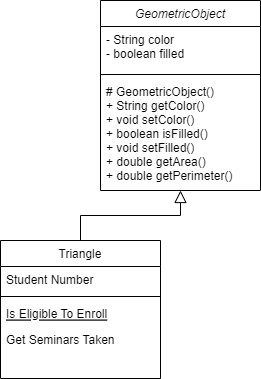
The draw.io diagram Module3/ProgrammingAssignment/ChapterElevenAssignment/GeometricObjectUML.png in njlowhorn/Java_Class, before a commit. Source tidied: cells renumbered, new cells last; positions are measured from the earlier drawing's top-left corner, leaving out a move shared by most shapes.
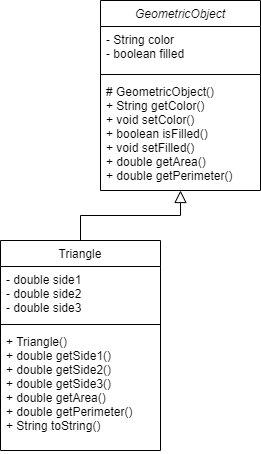
Above is the later version.

What changed in the source:
```diff
@@ -15,20 +15,17 @@
       <mxGeometry y="78" width="160" height="112" as="geometry" />
     </mxCell>
     <mxCell id="6" value="Triangle" style="swimlane;fontStyle=0;align=center;verticalAlign=top;horizontal=1;startSize=26;rounded=0;shadow=0;strokeWidth=1;" parent="1" vertex="1">
-      <mxGeometry y="240" width="160" height="138" as="geometry" />
+      <mxGeometry y="240" width="160" height="210" as="geometry" />
     </mxCell>
-    <mxCell id="7" value="Student Number" style="text;align=left;verticalAlign=top;spacingLeft=4;spacingRight=4;overflow=hidden;" parent="6" vertex="1">
-      <mxGeometry y="26" width="160" height="26" as="geometry" />
+    <mxCell id="7" value="- double side1&#10;- double side2&#10;- double side3" style="text;align=left;verticalAlign=top;spacingLeft=4;spacingRight=4;overflow=hidden;" parent="6" vertex="1">
+      <mxGeometry y="26" width="160" height="54" as="geometry" />
     </mxCell>
     <mxCell id="8" style="line;html=1;strokeWidth=1;align=left;verticalAlign=middle;spacingTop=-1;spacingLeft=3;spacingRight=3;labelPosition=right;" parent="6" vertex="1">
-      <mxGeometry y="52" width="160" height="8" as="geometry" />
+      <mxGeometry y="80" width="160" height="8" as="geometry" />
     </mxCell>
-    <mxCell id="9" value="Is Eligible To Enroll" style="text;align=left;verticalAlign=top;spacingLeft=4;spacingRight=4;overflow=hidden;fontStyle=4;" parent="6" vertex="1">
-      <mxGeometry y="60" width="160" height="26" as="geometry" />
+    <mxCell id="9" value="+ Triangle()&#10;+ double getSide1()&#10;+ double getSide2()&#10;+ double getSide3()&#10;+ double getArea()&#10;+ double getPerimeter()&#10;+ String toString()" style="text;align=left;verticalAlign=top;spacingLeft=4;spacingRight=4;overflow=hidden;fontStyle=0;" parent="6" vertex="1">
+      <mxGeometry y="88" width="160" height="122" as="geometry" />
     </mxCell>
-    <mxCell id="10" value="Get Seminars Taken" style="text;align=left;verticalAlign=top;spacingLeft=4;spacingRight=4;overflow=hidden;" parent="6" vertex="1">
-      <mxGeometry y="86" width="160" height="26" as="geometry" />
-    </mxCell>
     <mxCell id="11" style="endArrow=block;endSize=10;endFill=0;shadow=0;strokeWidth=1;rounded=0;edgeStyle=elbowEdgeStyle;elbow=vertical;" parent="1" edge="1" source="6" target="2">
       <mxGeometry relative="1" as="geometry" />
     </mxCell>
```
